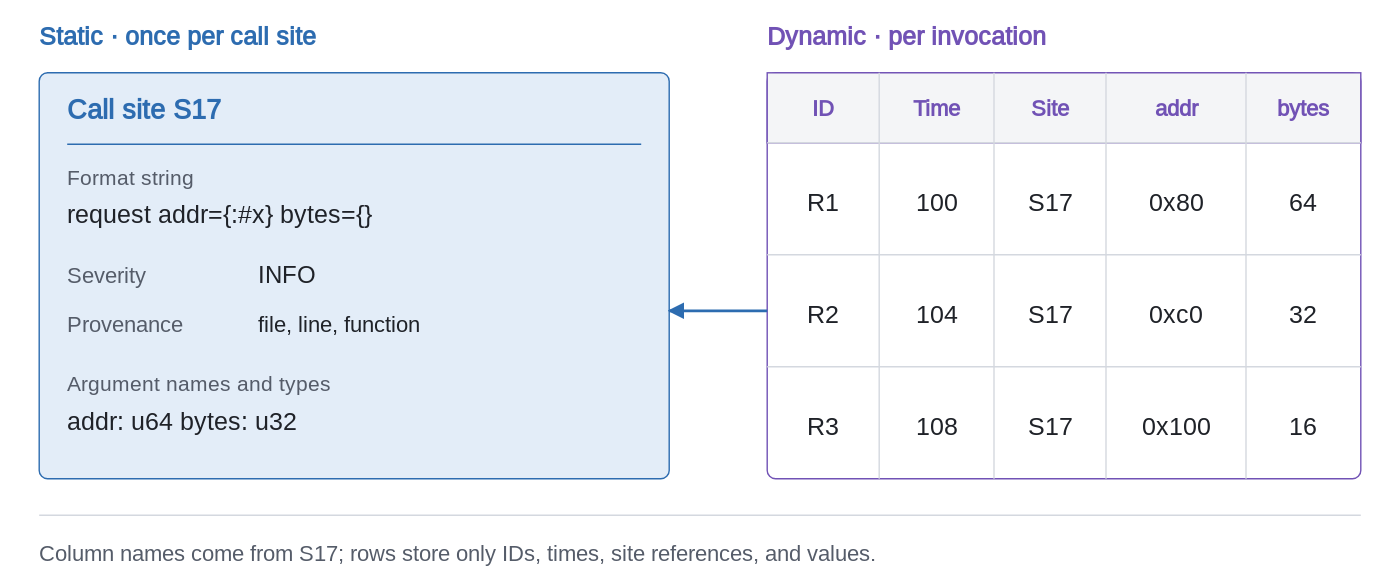
Before: docs/diagrams/logging-call-site.drawio.svg, a diagram exported from draw.io (ripopov/vtr). Source tidied: cells renumbered, new cells last; positions are measured from the earlier drawing's top-left corner, leaving out a move shared by most shapes. Source of this version:
```xml
<mxGraphModel>
  <root>
    <mxCell id="0" />
    <mxCell id="1" parent="0" />
    <mxCell id="2" style="rounded=1;arcSize=6;absoluteArcSize=1;fillColor=#ffffff;strokeColor=#ffffff;html=0;" parent="1" vertex="1">
      <mxGeometry width="1000" height="420" as="geometry" />
    </mxCell>
    <mxCell id="3" value="Static · once per call site" style="text;html=0;align=left;verticalAlign=middle;spacing=0;whiteSpace=wrap;overflow=visible;fontFamily=Inter;fontSize=18;fontColor=#2d6cb0;fontStyle=1;" parent="1" vertex="1">
      <mxGeometry x="28" y="14" width="283" height="23.4" as="geometry" />
    </mxCell>
    <mxCell id="4" value="Dynamic · per invocation" style="text;html=0;align=left;verticalAlign=middle;spacing=0;whiteSpace=wrap;overflow=visible;fontFamily=Inter;fontSize=18;fontColor=#7152b5;fontStyle=1;" parent="1" vertex="1">
      <mxGeometry x="548" y="14" width="252.2" height="23.4" as="geometry" />
    </mxCell>
    <mxCell id="5" style="rounded=1;arcSize=6;absoluteArcSize=1;fillColor=#e3edf8;strokeColor=#2d6cb0;html=0;" parent="1" vertex="1">
      <mxGeometry x="28" y="52" width="450" height="290" as="geometry" />
    </mxCell>
    <mxCell id="6" value="Call site S17" style="text;html=0;align=left;verticalAlign=middle;spacing=0;whiteSpace=wrap;overflow=visible;fontFamily=Inter;fontSize=19;fontColor=#2d6cb0;fontStyle=1;" parent="1" vertex="1">
      <mxGeometry x="48" y="66" width="146.8" height="24.7" as="geometry" />
    </mxCell>
    <mxCell id="7" style="edgeStyle=none;endArrow=none;endFill=1;endSize=7;startArrow=none;rounded=0;strokeColor=#2d6cb0;strokeWidth=1;dashed=0;dashPattern=3 5;html=0;" parent="1" edge="1">
      <mxGeometry relative="1" as="geometry">
        <mxPoint x="48" y="103" as="sourcePoint" />
        <mxPoint x="458" y="103" as="targetPoint" />
      </mxGeometry>
    </mxCell>
    <mxCell id="8" value="Format string" style="text;html=0;align=left;verticalAlign=middle;spacing=0;whiteSpace=wrap;overflow=visible;fontFamily=Inter;fontSize=15;fontColor=#555c69;fontStyle=0;" parent="1" vertex="1">
      <mxGeometry x="48" y="117" width="117.1" height="19.5" as="geometry" />
    </mxCell>
    <mxCell id="9" value="request addr={:#x} bytes={}" style="text;html=0;align=left;verticalAlign=middle;spacing=0;whiteSpace=wrap;overflow=visible;fontFamily=JetBrains Mono;fontSize=18;fontColor=#1f2228;fontStyle=0;" parent="1" vertex="1">
      <mxGeometry x="48" y="141" width="302.5" height="23.4" as="geometry" />
    </mxCell>
    <mxCell id="10" value="Severity" style="text;html=0;align=left;verticalAlign=middle;spacing=0;whiteSpace=wrap;overflow=visible;fontFamily=Inter;fontSize=16;fontColor=#555c69;fontStyle=0;" parent="1" vertex="1">
      <mxGeometry x="48" y="186" width="79" height="20.8" as="geometry" />
    </mxCell>
    <mxCell id="11" value="INFO" style="text;html=0;align=left;verticalAlign=middle;spacing=0;whiteSpace=wrap;overflow=visible;fontFamily=JetBrains Mono;fontSize=17;fontColor=#1f2228;fontStyle=0;" parent="1" vertex="1">
      <mxGeometry x="184" y="185" width="47.5" height="22.1" as="geometry" />
    </mxCell>
    <mxCell id="12" value="Provenance" style="text;html=0;align=left;verticalAlign=middle;spacing=0;whiteSpace=wrap;overflow=visible;fontFamily=Inter;fontSize=16;fontColor=#555c69;fontStyle=0;" parent="1" vertex="1">
      <mxGeometry x="48" y="221" width="97.2" height="20.8" as="geometry" />
    </mxCell>
    <mxCell id="13" value="file, line, function" style="text;html=0;align=left;verticalAlign=middle;spacing=0;whiteSpace=wrap;overflow=visible;fontFamily=Inter;fontSize=16;fontColor=#1f2228;fontStyle=0;" parent="1" vertex="1">
      <mxGeometry x="184" y="221" width="188.4" height="20.8" as="geometry" />
    </mxCell>
    <mxCell id="14" value="Argument names and types" style="text;html=0;align=left;verticalAlign=middle;spacing=0;whiteSpace=wrap;overflow=visible;fontFamily=Inter;fontSize=15;fontColor=#555c69;fontStyle=0;" parent="1" vertex="1">
      <mxGeometry x="48" y="264" width="211.2" height="19.5" as="geometry" />
    </mxCell>
    <mxCell id="15" value="addr: u64    bytes: u32" style="text;html=0;align=left;verticalAlign=middle;spacing=0;whiteSpace=wrap;overflow=visible;fontFamily=JetBrains Mono;fontSize=18;fontColor=#1f2228;fontStyle=0;" parent="1" vertex="1">
      <mxGeometry x="48" y="289" width="258.5" height="23.4" as="geometry" />
    </mxCell>
    <mxCell id="16" style="rounded=1;arcSize=6;absoluteArcSize=1;fillColor=#ffffff;strokeColor=#7152b5;html=0;" parent="1" vertex="1">
      <mxGeometry x="548" y="52" width="424" height="290" as="geometry" />
    </mxCell>
    <mxCell id="17" style="rounded=0;arcSize=0;absoluteArcSize=1;fillColor=#f4f5f7;strokeColor=#7152b5;html=0;" parent="1" vertex="1">
      <mxGeometry x="548" y="52" width="424" height="50" as="geometry" />
    </mxCell>
    <mxCell id="18" style="edgeStyle=none;endArrow=none;endFill=1;endSize=7;startArrow=none;rounded=0;strokeColor=#d4d8df;strokeWidth=1;dashed=0;dashPattern=3 5;html=0;" parent="1" edge="1">
      <mxGeometry relative="1" as="geometry">
        <mxPoint x="628" y="52" as="sourcePoint" />
        <mxPoint x="628" y="342" as="targetPoint" />
      </mxGeometry>
    </mxCell>
    <mxCell id="19" style="edgeStyle=none;endArrow=none;endFill=1;endSize=7;startArrow=none;rounded=0;strokeColor=#d4d8df;strokeWidth=1;dashed=0;dashPattern=3 5;html=0;" parent="1" edge="1">
      <mxGeometry relative="1" as="geometry">
        <mxPoint x="710" y="52" as="sourcePoint" />
        <mxPoint x="710" y="342" as="targetPoint" />
      </mxGeometry>
    </mxCell>
    <mxCell id="20" style="edgeStyle=none;endArrow=none;endFill=1;endSize=7;startArrow=none;rounded=0;strokeColor=#d4d8df;strokeWidth=1;dashed=0;dashPattern=3 5;html=0;" parent="1" edge="1">
      <mxGeometry relative="1" as="geometry">
        <mxPoint x="790" y="52" as="sourcePoint" />
        <mxPoint x="790" y="342" as="targetPoint" />
      </mxGeometry>
    </mxCell>
    <mxCell id="21" style="edgeStyle=none;endArrow=none;endFill=1;endSize=7;startArrow=none;rounded=0;strokeColor=#d4d8df;strokeWidth=1;dashed=0;dashPattern=3 5;html=0;" parent="1" edge="1">
      <mxGeometry relative="1" as="geometry">
        <mxPoint x="890" y="52" as="sourcePoint" />
        <mxPoint x="890" y="342" as="targetPoint" />
      </mxGeometry>
    </mxCell>
    <mxCell id="22" style="edgeStyle=none;endArrow=none;endFill=1;endSize=7;startArrow=none;rounded=0;strokeColor=#d4d8df;strokeWidth=1;dashed=0;dashPattern=3 5;html=0;" parent="1" edge="1">
      <mxGeometry relative="1" as="geometry">
        <mxPoint x="548" y="102" as="sourcePoint" />
        <mxPoint x="972" y="102" as="targetPoint" />
      </mxGeometry>
    </mxCell>
    <mxCell id="23" style="edgeStyle=none;endArrow=none;endFill=1;endSize=7;startArrow=none;rounded=0;strokeColor=#d4d8df;strokeWidth=1;dashed=0;dashPattern=3 5;html=0;" parent="1" edge="1">
      <mxGeometry relative="1" as="geometry">
        <mxPoint x="548" y="182" as="sourcePoint" />
        <mxPoint x="972" y="182" as="targetPoint" />
      </mxGeometry>
    </mxCell>
    <mxCell id="24" style="edgeStyle=none;endArrow=none;endFill=1;endSize=7;startArrow=none;rounded=0;strokeColor=#d4d8df;strokeWidth=1;dashed=0;dashPattern=3 5;html=0;" parent="1" edge="1">
      <mxGeometry relative="1" as="geometry">
        <mxPoint x="548" y="262" as="sourcePoint" />
        <mxPoint x="972" y="262" as="targetPoint" />
      </mxGeometry>
    </mxCell>
    <mxCell id="25" value="ID" style="text;html=0;align=center;verticalAlign=middle;spacing=0;whiteSpace=wrap;overflow=visible;fontFamily=Inter;fontSize=16;fontColor=#7152b5;fontStyle=1;" parent="1" vertex="1">
      <mxGeometry x="575.9" y="67" width="24.2" height="20.8" as="geometry" />
    </mxCell>
    <mxCell id="26" value="Time" style="text;html=0;align=center;verticalAlign=middle;spacing=0;whiteSpace=wrap;overflow=visible;fontFamily=Inter;fontSize=16;fontColor=#7152b5;fontStyle=1;" parent="1" vertex="1">
      <mxGeometry x="647.8" y="67" width="42.5" height="20.8" as="geometry" />
    </mxCell>
    <mxCell id="27" value="Site" style="text;html=0;align=center;verticalAlign=middle;spacing=0;whiteSpace=wrap;overflow=visible;fontFamily=Inter;fontSize=16;fontColor=#7152b5;fontStyle=1;" parent="1" vertex="1">
      <mxGeometry x="728.8" y="67" width="42.5" height="20.8" as="geometry" />
    </mxCell>
    <mxCell id="28" value="addr" style="text;html=0;align=center;verticalAlign=middle;spacing=0;whiteSpace=wrap;overflow=visible;fontFamily=Inter;fontSize=16;fontColor=#7152b5;fontStyle=1;" parent="1" vertex="1">
      <mxGeometry x="818.8" y="67" width="42.5" height="20.8" as="geometry" />
    </mxCell>
    <mxCell id="29" value="bytes" style="text;html=0;align=center;verticalAlign=middle;spacing=0;whiteSpace=wrap;overflow=visible;fontFamily=Inter;fontSize=16;fontColor=#7152b5;fontStyle=1;" parent="1" vertex="1">
      <mxGeometry x="905.2" y="67" width="51.6" height="20.8" as="geometry" />
    </mxCell>
    <mxCell id="30" value="R1" style="text;html=0;align=center;verticalAlign=middle;spacing=0;whiteSpace=wrap;overflow=visible;fontFamily=JetBrains Mono;fontSize=18;fontColor=#1f2228;fontStyle=0;" parent="1" vertex="1">
      <mxGeometry x="574" y="133" width="28" height="23.4" as="geometry" />
    </mxCell>
    <mxCell id="31" value="100" style="text;html=0;align=center;verticalAlign=middle;spacing=0;whiteSpace=wrap;overflow=visible;fontFamily=JetBrains Mono;fontSize=18;fontColor=#1f2228;fontStyle=0;" parent="1" vertex="1">
      <mxGeometry x="649.5" y="133" width="38.9" height="23.4" as="geometry" />
    </mxCell>
    <mxCell id="32" value="S17" style="text;html=0;align=center;verticalAlign=middle;spacing=0;whiteSpace=wrap;overflow=visible;fontFamily=JetBrains Mono;fontSize=18;fontColor=#1f2228;fontStyle=0;" parent="1" vertex="1">
      <mxGeometry x="730.5" y="133" width="38.9" height="23.4" as="geometry" />
    </mxCell>
    <mxCell id="33" value="0x80" style="text;html=0;align=center;verticalAlign=middle;spacing=0;whiteSpace=wrap;overflow=visible;fontFamily=JetBrains Mono;fontSize=18;fontColor=#1f2228;fontStyle=0;" parent="1" vertex="1">
      <mxGeometry x="815" y="133" width="49.9" height="23.4" as="geometry" />
    </mxCell>
    <mxCell id="34" value="64" style="text;html=0;align=center;verticalAlign=middle;spacing=0;whiteSpace=wrap;overflow=visible;fontFamily=JetBrains Mono;fontSize=18;fontColor=#1f2228;fontStyle=0;" parent="1" vertex="1">
      <mxGeometry x="917" y="133" width="28" height="23.4" as="geometry" />
    </mxCell>
    <mxCell id="35" value="R2" style="text;html=0;align=center;verticalAlign=middle;spacing=0;whiteSpace=wrap;overflow=visible;fontFamily=JetBrains Mono;fontSize=18;fontColor=#1f2228;fontStyle=0;" parent="1" vertex="1">
      <mxGeometry x="574" y="213" width="28" height="23.4" as="geometry" />
    </mxCell>
    <mxCell id="36" value="104" style="text;html=0;align=center;verticalAlign=middle;spacing=0;whiteSpace=wrap;overflow=visible;fontFamily=JetBrains Mono;fontSize=18;fontColor=#1f2228;fontStyle=0;" parent="1" vertex="1">
      <mxGeometry x="649.5" y="213" width="38.9" height="23.4" as="geometry" />
    </mxCell>
    <mxCell id="37" value="S17" style="text;html=0;align=center;verticalAlign=middle;spacing=0;whiteSpace=wrap;overflow=visible;fontFamily=JetBrains Mono;fontSize=18;fontColor=#1f2228;fontStyle=0;" parent="1" vertex="1">
      <mxGeometry x="730.5" y="213" width="38.9" height="23.4" as="geometry" />
    </mxCell>
    <mxCell id="38" value="0xc0" style="text;html=0;align=center;verticalAlign=middle;spacing=0;whiteSpace=wrap;overflow=visible;fontFamily=JetBrains Mono;fontSize=18;fontColor=#1f2228;fontStyle=0;" parent="1" vertex="1">
      <mxGeometry x="815" y="213" width="49.9" height="23.4" as="geometry" />
    </mxCell>
    <mxCell id="39" value="32" style="text;html=0;align=center;verticalAlign=middle;spacing=0;whiteSpace=wrap;overflow=visible;fontFamily=JetBrains Mono;fontSize=18;fontColor=#1f2228;fontStyle=0;" parent="1" vertex="1">
      <mxGeometry x="917" y="213" width="28" height="23.4" as="geometry" />
    </mxCell>
    <mxCell id="40" value="R3" style="text;html=0;align=center;verticalAlign=middle;spacing=0;whiteSpace=wrap;overflow=visible;fontFamily=JetBrains Mono;fontSize=18;fontColor=#1f2228;fontStyle=0;" parent="1" vertex="1">
      <mxGeometry x="574" y="293" width="28" height="23.4" as="geometry" />
    </mxCell>
    <mxCell id="41" value="108" style="text;html=0;align=center;verticalAlign=middle;spacing=0;whiteSpace=wrap;overflow=visible;fontFamily=JetBrains Mono;fontSize=18;fontColor=#1f2228;fontStyle=0;" parent="1" vertex="1">
      <mxGeometry x="649.5" y="293" width="38.9" height="23.4" as="geometry" />
    </mxCell>
    <mxCell id="42" value="S17" style="text;html=0;align=center;verticalAlign=middle;spacing=0;whiteSpace=wrap;overflow=visible;fontFamily=JetBrains Mono;fontSize=18;fontColor=#1f2228;fontStyle=0;" parent="1" vertex="1">
      <mxGeometry x="730.5" y="293" width="38.9" height="23.4" as="geometry" />
    </mxCell>
    <mxCell id="43" value="0x100" style="text;html=0;align=center;verticalAlign=middle;spacing=0;whiteSpace=wrap;overflow=visible;fontFamily=JetBrains Mono;fontSize=18;fontColor=#1f2228;fontStyle=0;" parent="1" vertex="1">
      <mxGeometry x="809.5" y="293" width="60.9" height="23.4" as="geometry" />
    </mxCell>
    <mxCell id="44" value="16" style="text;html=0;align=center;verticalAlign=middle;spacing=0;whiteSpace=wrap;overflow=visible;fontFamily=JetBrains Mono;fontSize=18;fontColor=#1f2228;fontStyle=0;" parent="1" vertex="1">
      <mxGeometry x="917" y="293" width="28" height="23.4" as="geometry" />
    </mxCell>
    <mxCell id="45" style="edgeStyle=none;endArrow=block;endFill=1;endSize=7;startArrow=none;rounded=0;strokeColor=#2d6cb0;strokeWidth=2;dashed=0;dashPattern=3 5;html=0;" parent="1" edge="1">
      <mxGeometry relative="1" as="geometry">
        <mxPoint x="548" y="222" as="sourcePoint" />
        <mxPoint x="478" y="222" as="targetPoint" />
      </mxGeometry>
    </mxCell>
    <mxCell id="46" style="edgeStyle=none;endArrow=none;endFill=1;endSize=7;startArrow=none;rounded=0;strokeColor=#d4d8df;strokeWidth=1;dashed=0;dashPattern=3 5;html=0;" parent="1" edge="1">
      <mxGeometry relative="1" as="geometry">
        <mxPoint x="28" y="368" as="sourcePoint" />
        <mxPoint x="972" y="368" as="targetPoint" />
      </mxGeometry>
    </mxCell>
    <mxCell id="47" value="Column names come from S17; rows store only IDs, times, site references, and values." style="text;html=0;align=left;verticalAlign=middle;spacing=0;whiteSpace=wrap;overflow=visible;fontFamily=Inter;fontSize=16;fontColor=#555c69;fontStyle=0;" parent="1" vertex="1">
      <mxGeometry x="28" y="385" width="772.1" height="20.8" as="geometry" />
    </mxCell>
  </root>
</mxGraphModel>
```
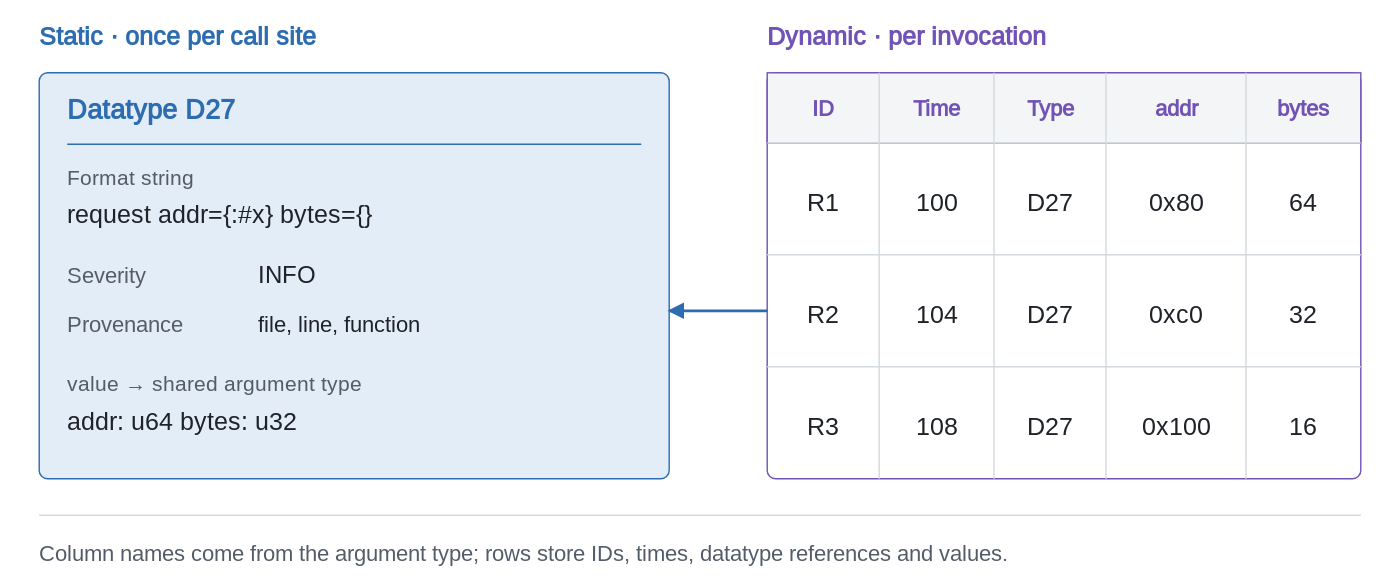
After the change.

Diff of the diagram source:
```diff
@@ -14,7 +14,7 @@
     <mxCell id="5" style="rounded=1;arcSize=6;absoluteArcSize=1;fillColor=#e3edf8;strokeColor=#2d6cb0;html=0;" parent="1" vertex="1">
       <mxGeometry x="28" y="52" width="450" height="290" as="geometry" />
     </mxCell>
-    <mxCell id="6" value="Call site S17" style="text;html=0;align=left;verticalAlign=middle;spacing=0;whiteSpace=wrap;overflow=visible;fontFamily=Inter;fontSize=19;fontColor=#2d6cb0;fontStyle=1;" parent="1" vertex="1">
+    <mxCell id="6" value="Datatype D27" style="text;html=0;align=left;verticalAlign=middle;spacing=0;whiteSpace=wrap;overflow=visible;fontFamily=Inter;fontSize=19;fontColor=#2d6cb0;fontStyle=1;" parent="1" vertex="1">
       <mxGeometry x="48" y="66" width="146.8" height="24.7" as="geometry" />
     </mxCell>
     <mxCell id="7" style="edgeStyle=none;endArrow=none;endFill=1;endSize=7;startArrow=none;rounded=0;strokeColor=#2d6cb0;strokeWidth=1;dashed=0;dashPattern=3 5;html=0;" parent="1" edge="1">
@@ -41,7 +41,7 @@
     <mxCell id="13" value="file, line, function" style="text;html=0;align=left;verticalAlign=middle;spacing=0;whiteSpace=wrap;overflow=visible;fontFamily=Inter;fontSize=16;fontColor=#1f2228;fontStyle=0;" parent="1" vertex="1">
       <mxGeometry x="184" y="221" width="188.4" height="20.8" as="geometry" />
     </mxCell>
-    <mxCell id="14" value="Argument names and types" style="text;html=0;align=left;verticalAlign=middle;spacing=0;whiteSpace=wrap;overflow=visible;fontFamily=Inter;fontSize=15;fontColor=#555c69;fontStyle=0;" parent="1" vertex="1">
+    <mxCell id="14" value="value → shared argument type" style="text;html=0;align=left;verticalAlign=middle;spacing=0;whiteSpace=wrap;overflow=visible;fontFamily=Inter;fontSize=15;fontColor=#555c69;fontStyle=0;" parent="1" vertex="1">
       <mxGeometry x="48" y="264" width="211.2" height="19.5" as="geometry" />
     </mxCell>
     <mxCell id="15" value="addr: u64    bytes: u32" style="text;html=0;align=left;verticalAlign=middle;spacing=0;whiteSpace=wrap;overflow=visible;fontFamily=JetBrains Mono;fontSize=18;fontColor=#1f2228;fontStyle=0;" parent="1" vertex="1">
@@ -101,7 +101,7 @@
     <mxCell id="26" value="Time" style="text;html=0;align=center;verticalAlign=middle;spacing=0;whiteSpace=wrap;overflow=visible;fontFamily=Inter;fontSize=16;fontColor=#7152b5;fontStyle=1;" parent="1" vertex="1">
       <mxGeometry x="647.8" y="67" width="42.5" height="20.8" as="geometry" />
     </mxCell>
-    <mxCell id="27" value="Site" style="text;html=0;align=center;verticalAlign=middle;spacing=0;whiteSpace=wrap;overflow=visible;fontFamily=Inter;fontSize=16;fontColor=#7152b5;fontStyle=1;" parent="1" vertex="1">
+    <mxCell id="27" value="Type" style="text;html=0;align=center;verticalAlign=middle;spacing=0;whiteSpace=wrap;overflow=visible;fontFamily=Inter;fontSize=16;fontColor=#7152b5;fontStyle=1;" parent="1" vertex="1">
       <mxGeometry x="728.8" y="67" width="42.5" height="20.8" as="geometry" />
     </mxCell>
     <mxCell id="28" value="addr" style="text;html=0;align=center;verticalAlign=middle;spacing=0;whiteSpace=wrap;overflow=visible;fontFamily=Inter;fontSize=16;fontColor=#7152b5;fontStyle=1;" parent="1" vertex="1">
@@ -116,7 +116,7 @@
     <mxCell id="31" value="100" style="text;html=0;align=center;verticalAlign=middle;spacing=0;whiteSpace=wrap;overflow=visible;fontFamily=JetBrains Mono;fontSize=18;fontColor=#1f2228;fontStyle=0;" parent="1" vertex="1">
       <mxGeometry x="649.5" y="133" width="38.9" height="23.4" as="geometry" />
     </mxCell>
-    <mxCell id="32" value="S17" style="text;html=0;align=center;verticalAlign=middle;spacing=0;whiteSpace=wrap;overflow=visible;fontFamily=JetBrains Mono;fontSize=18;fontColor=#1f2228;fontStyle=0;" parent="1" vertex="1">
+    <mxCell id="32" value="D27" style="text;html=0;align=center;verticalAlign=middle;spacing=0;whiteSpace=wrap;overflow=visible;fontFamily=JetBrains Mono;fontSize=18;fontColor=#1f2228;fontStyle=0;" parent="1" vertex="1">
       <mxGeometry x="730.5" y="133" width="38.9" height="23.4" as="geometry" />
     </mxCell>
     <mxCell id="33" value="0x80" style="text;html=0;align=center;verticalAlign=middle;spacing=0;whiteSpace=wrap;overflow=visible;fontFamily=JetBrains Mono;fontSize=18;fontColor=#1f2228;fontStyle=0;" parent="1" vertex="1">
@@ -131,7 +131,7 @@
     <mxCell id="36" value="104" style="text;html=0;align=center;verticalAlign=middle;spacing=0;whiteSpace=wrap;overflow=visible;fontFamily=JetBrains Mono;fontSize=18;fontColor=#1f2228;fontStyle=0;" parent="1" vertex="1">
       <mxGeometry x="649.5" y="213" width="38.9" height="23.4" as="geometry" />
     </mxCell>
-    <mxCell id="37" value="S17" style="text;html=0;align=center;verticalAlign=middle;spacing=0;whiteSpace=wrap;overflow=visible;fontFamily=JetBrains Mono;fontSize=18;fontColor=#1f2228;fontStyle=0;" parent="1" vertex="1">
+    <mxCell id="37" value="D27" style="text;html=0;align=center;verticalAlign=middle;spacing=0;whiteSpace=wrap;overflow=visible;fontFamily=JetBrains Mono;fontSize=18;fontColor=#1f2228;fontStyle=0;" parent="1" vertex="1">
       <mxGeometry x="730.5" y="213" width="38.9" height="23.4" as="geometry" />
     </mxCell>
     <mxCell id="38" value="0xc0" style="text;html=0;align=center;verticalAlign=middle;spacing=0;whiteSpace=wrap;overflow=visible;fontFamily=JetBrains Mono;fontSize=18;fontColor=#1f2228;fontStyle=0;" parent="1" vertex="1">
@@ -146,7 +146,7 @@
     <mxCell id="41" value="108" style="text;html=0;align=center;verticalAlign=middle;spacing=0;whiteSpace=wrap;overflow=visible;fontFamily=JetBrains Mono;fontSize=18;fontColor=#1f2228;fontStyle=0;" parent="1" vertex="1">
       <mxGeometry x="649.5" y="293" width="38.9" height="23.4" as="geometry" />
     </mxCell>
-    <mxCell id="42" value="S17" style="text;html=0;align=center;verticalAlign=middle;spacing=0;whiteSpace=wrap;overflow=visible;fontFamily=JetBrains Mono;fontSize=18;fontColor=#1f2228;fontStyle=0;" parent="1" vertex="1">
+    <mxCell id="42" value="D27" style="text;html=0;align=center;verticalAlign=middle;spacing=0;whiteSpace=wrap;overflow=visible;fontFamily=JetBrains Mono;fontSize=18;fontColor=#1f2228;fontStyle=0;" parent="1" vertex="1">
       <mxGeometry x="730.5" y="293" width="38.9" height="23.4" as="geometry" />
     </mxCell>
     <mxCell id="43" value="0x100" style="text;html=0;align=center;verticalAlign=middle;spacing=0;whiteSpace=wrap;overflow=visible;fontFamily=JetBrains Mono;fontSize=18;fontColor=#1f2228;fontStyle=0;" parent="1" vertex="1">
@@ -167,7 +167,7 @@
         <mxPoint x="972" y="368" as="targetPoint" />
       </mxGeometry>
     </mxCell>
-    <mxCell id="47" value="Column names come from S17; rows store only IDs, times, site references, and values." style="text;html=0;align=left;verticalAlign=middle;spacing=0;whiteSpace=wrap;overflow=visible;fontFamily=Inter;fontSize=16;fontColor=#555c69;fontStyle=0;" parent="1" vertex="1">
+    <mxCell id="47" value="Column names come from the argument type; rows store IDs, times, datatype references and values." style="text;html=0;align=left;verticalAlign=middle;spacing=0;whiteSpace=wrap;overflow=visible;fontFamily=Inter;fontSize=16;fontColor=#555c69;fontStyle=0;" parent="1" vertex="1">
       <mxGeometry x="28" y="385" width="772.1" height="20.8" as="geometry" />
     </mxCell>
   </root>
```
